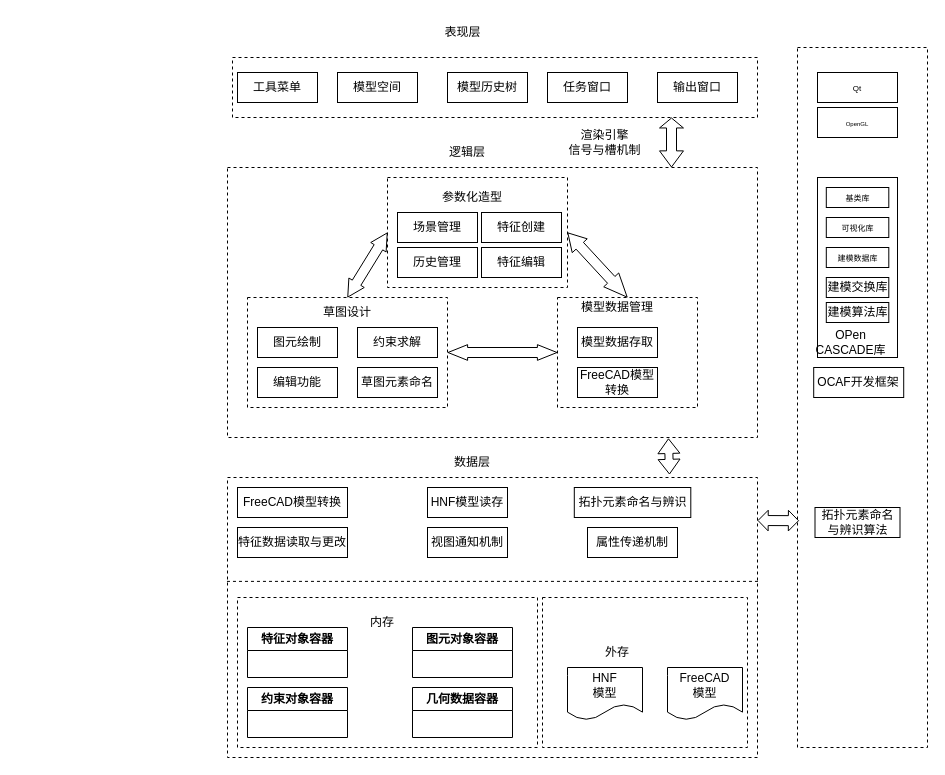
Earlier version of the draw.io diagram 系统分层架构图.drawio (liuhuliuhu123/First-test). Source tidied: cells renumbered, new cells numbered last; positions are measured from the earlier drawing's top-left corner, leaving out a move shared by most shapes. Both pictures are drawn from the tidied source at 100%, with x=0, y=0 at pixel (227, 17).
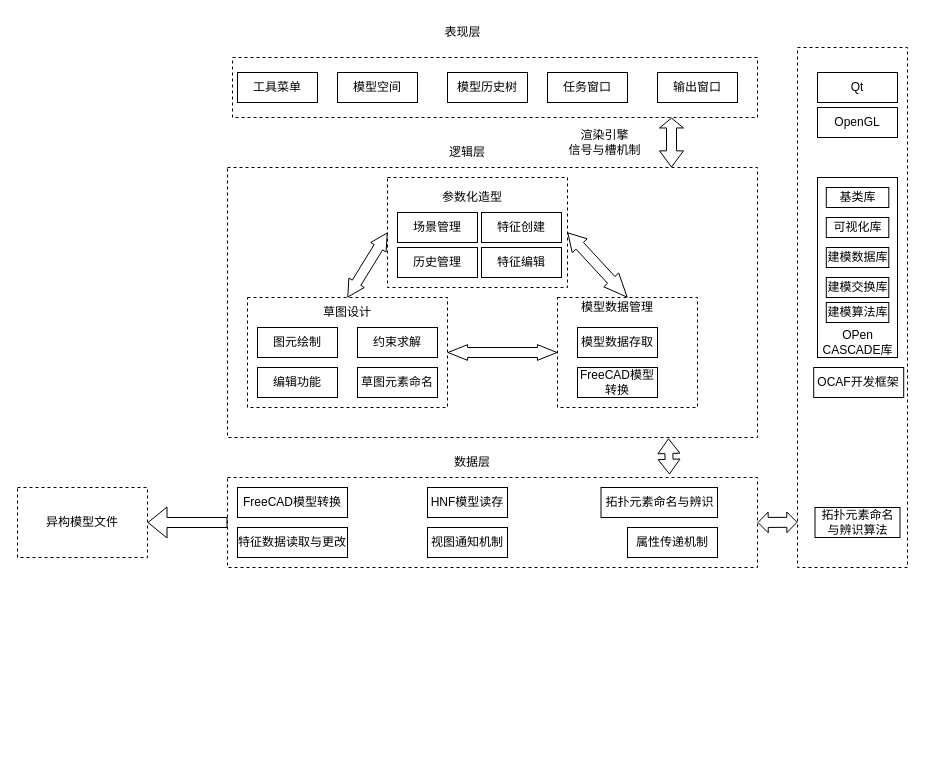
Above is the later version.

Commit message:
更新系统分层架构图.drawio

What changed in the source:
```diff
@@
     <mxCell id="4" style="rounded=0;whiteSpace=wrap;html=1;dashed=1;" parent="1" vertex="1">
-      <mxGeometry y="460" width="530" height="280" as="geometry" />
+      <mxGeometry y="460" width="530" height="90" as="geometry" />
     </mxCell>
@@
     <mxCell id="24" style="rounded=0;whiteSpace=wrap;html=1;dashed=1;" parent="1" vertex="1">
-      <mxGeometry x="570" y="30" width="130" height="700" as="geometry" />
+      <mxGeometry x="570" y="30" width="110" height="520" as="geometry" />
     </mxCell>
-    <mxCell id="25" value="&lt;font style=&quot;font-size: 8px;&quot;&gt;Qt&lt;/font&gt;" style="rounded=0;whiteSpace=wrap;html=1;" parent="1" vertex="1">
+    <mxCell id="25" value="&lt;font style=&quot;font-size: 12px;&quot;&gt;Qt&lt;/font&gt;" style="rounded=0;whiteSpace=wrap;html=1;" parent="1" vertex="1">
       <mxGeometry x="590" y="55" width="80" height="30" as="geometry" />
     </mxCell>
-    <mxCell id="26" value="&lt;font style=&quot;font-size: 6px;&quot;&gt;OpenGL&lt;/font&gt;" style="rounded=0;whiteSpace=wrap;html=1;" parent="1" vertex="1">
+    <mxCell id="26" value="&lt;font style=&quot;font-size: 12px;&quot;&gt;OpenGL&lt;/font&gt;" style="rounded=0;whiteSpace=wrap;html=1;" parent="1" vertex="1">
       <mxGeometry x="590" y="90" width="80" height="30" as="geometry" />
     </mxCell>
@@
-    <mxCell id="28" value="&lt;font style=&quot;font-size: 8px;&quot;&gt;基类库&lt;/font&gt;" style="rounded=0;whiteSpace=wrap;html=1;" parent="1" vertex="1">
+    <mxCell id="28" value="&lt;font style=&quot;font-size: 12px;&quot;&gt;基类库&lt;/font&gt;" style="rounded=0;whiteSpace=wrap;html=1;" parent="1" vertex="1">
       <mxGeometry x="598.8" y="170" width="62.5" height="20" as="geometry" />
     </mxCell>
-    <mxCell id="29" value="&lt;font style=&quot;font-size: 8px;&quot;&gt;可视化库&lt;/font&gt;" style="rounded=0;whiteSpace=wrap;html=1;" parent="1" vertex="1">
+    <mxCell id="29" value="&lt;font style=&quot;font-size: 12px;&quot;&gt;可视化库&lt;/font&gt;" style="rounded=0;whiteSpace=wrap;html=1;" parent="1" vertex="1">
       <mxGeometry x="598.8" y="200" width="62.5" height="20" as="geometry" />
     </mxCell>
-    <mxCell id="30" value="&lt;font style=&quot;font-size: 8px;&quot;&gt;建模数据库&lt;/font&gt;" style="rounded=0;whiteSpace=wrap;html=1;" parent="1" vertex="1">
+    <mxCell id="30" value="&lt;font style=&quot;font-size: 12px;&quot;&gt;建模数据库&lt;/font&gt;" style="rounded=0;whiteSpace=wrap;html=1;" parent="1" vertex="1">
       <mxGeometry x="598.8" y="230" width="62.5" height="20" as="geometry" />
     </mxCell>
@@
     <mxCell id="35" value="属性传递机制" style="rounded=0;whiteSpace=wrap;html=1;" parent="1" vertex="1">
-      <mxGeometry x="360" y="510" width="90" height="30" as="geometry" />
+      <mxGeometry x="400" y="510" width="90" height="30" as="geometry" />
     </mxCell>
     <mxCell id="36" value="OPen&lt;br&gt;CASCADE库" style="text;html=1;strokeColor=none;fillColor=none;align=center;verticalAlign=middle;whiteSpace=wrap;rounded=0;" parent="1" vertex="1">
-      <mxGeometry x="586.2" y="310" width="75" height="30" as="geometry" />
+      <mxGeometry x="592.5" y="310" width="75" height="30" as="geometry" />
     </mxCell>
@@
-    <mxCell id="49" style="shape=flexArrow;endArrow=classic;startArrow=classic;html=1;rounded=0;endWidth=9.655172413793103;endSize=3.0620689655172417;startWidth=9.655172413793103;startSize=3.0620689655172417;exitX=0.012;exitY=0.676;exitDx=0;exitDy=0;exitPerimeter=0;" parent="1" edge="1" source="24">
-      <mxGeometry relative="1" as="geometry">
-        <mxPoint x="530" y="503" as="targetPoint" />
-      </mxGeometry>
+    <mxCell id="49" style="shape=flexArrow;endArrow=classic;startArrow=classic;html=1;rounded=0;endWidth=9.655172413793103;endSize=3.0620689655172417;startWidth=9.655172413793103;startSize=3.0620689655172417;exitX=0;exitY=0.913;exitDx=0;exitDy=0;exitPerimeter=0;entryX=1;entryY=0.5;entryDx=0;entryDy=0;" parent="1" edge="1" source="24" target="4">
+      <mxGeometry relative="1" as="geometry" />
     </mxCell>
@@
     <mxCell id="53" value="拓扑元素命名与辨识" style="rounded=0;whiteSpace=wrap;html=1;" parent="1" vertex="1">
-      <mxGeometry x="346.8" y="470" width="116.5" height="30" as="geometry" />
+      <mxGeometry x="373.5" y="470" width="116.5" height="30" as="geometry" />
     </mxCell>
@@
-    <mxCell id="55" style="rounded=0;whiteSpace=wrap;html=1;dashed=1;" parent="1" vertex="1">
-      <mxGeometry x="10" y="580" width="300" height="150" as="geometry" />
-    </mxCell>
-    <mxCell id="56" style="rounded=0;whiteSpace=wrap;html=1;dashed=1;" parent="1" vertex="1">
-      <mxGeometry x="315" y="580" width="205" height="150" as="geometry" />
-    </mxCell>
-    <mxCell id="57" value="HNF&lt;br&gt;模型" style="shape=document;whiteSpace=wrap;html=1;boundedLbl=1;" parent="1" vertex="1">
-      <mxGeometry x="340" y="650" width="75" height="52.5" as="geometry" />
-    </mxCell>
-    <mxCell id="58" value="FreeCAD&lt;br&gt;模型" style="shape=document;whiteSpace=wrap;html=1;boundedLbl=1;" parent="1" vertex="1">
-      <mxGeometry x="440" y="650" width="75" height="52.5" as="geometry" />
-    </mxCell>
-    <mxCell id="59" value="特征对象容器" style="swimlane;whiteSpace=wrap;html=1;startSize=23;" parent="1" vertex="1">
-      <mxGeometry x="20" y="610" width="100" height="50" as="geometry" />
-    </mxCell>
-    <mxCell id="60" value="图元对象容器" style="swimlane;whiteSpace=wrap;html=1;startSize=23;" parent="1" vertex="1">
-      <mxGeometry x="185" y="610" width="100" height="50" as="geometry" />
-    </mxCell>
-    <mxCell id="61" value="约束对象容器" style="swimlane;whiteSpace=wrap;html=1;startSize=23;" parent="1" vertex="1">
-      <mxGeometry x="20" y="670" width="100" height="50" as="geometry" />
-    </mxCell>
-    <mxCell id="62" value="几何数据容器" style="swimlane;whiteSpace=wrap;html=1;startSize=23;" parent="1" vertex="1">
-      <mxGeometry x="185" y="670" width="100" height="50" as="geometry" />
-    </mxCell>
-    <mxCell id="63" value="外存" style="text;html=1;strokeColor=none;fillColor=none;align=center;verticalAlign=middle;whiteSpace=wrap;rounded=0;" parent="1" vertex="1">
-      <mxGeometry x="360" y="620" width="60" height="30" as="geometry" />
-    </mxCell>
-    <mxCell id="64" value="内存" style="text;html=1;strokeColor=none;fillColor=none;align=center;verticalAlign=middle;whiteSpace=wrap;rounded=0;" parent="1" vertex="1">
-      <mxGeometry x="125" y="590" width="60" height="30" as="geometry" />
-    </mxCell>
-    <mxCell id="65" style="endArrow=none;html=1;rounded=0;exitX=-0.001;exitY=0.371;exitDx=0;exitDy=0;exitPerimeter=0;entryX=1.002;entryY=0.371;entryDx=0;entryDy=0;entryPerimeter=0;dashed=1;" parent="1" edge="1" source="4" target="4">
-      <mxGeometry relative="1" as="geometry" />
-    </mxCell>
+    <mxCell id="66" value="异构模型文件" style="rounded=0;whiteSpace=wrap;html=1;dashed=1;" parent="1" vertex="1">
+      <mxGeometry x="-210" y="470" width="130" height="70" as="geometry" />
+    </mxCell>
+    <mxCell id="67" style="shape=flexArrow;endArrow=classic;html=1;rounded=0;entryX=1;entryY=0.5;entryDx=0;entryDy=0;exitX=0;exitY=0.5;exitDx=0;exitDy=0;" parent="1" edge="1" source="4" target="66">
+      <mxGeometry relative="1" as="geometry" />
+    </mxCell>
```
